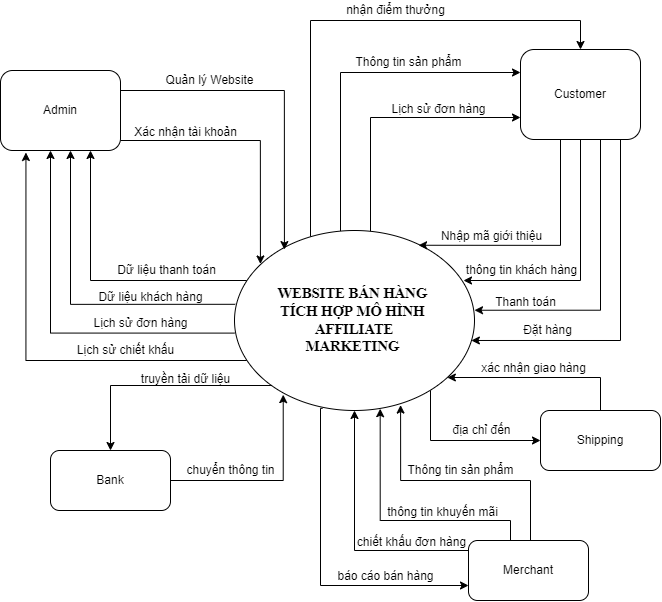
leanhtuan9497/DoAnTotNghiep keeps this draw.io diagram as SystemContent.png. Above is the earlier version. Source tidied: cells renumbered, new cells last; positions are measured from the earlier drawing's top-left corner, leaving out a move shared by most shapes.
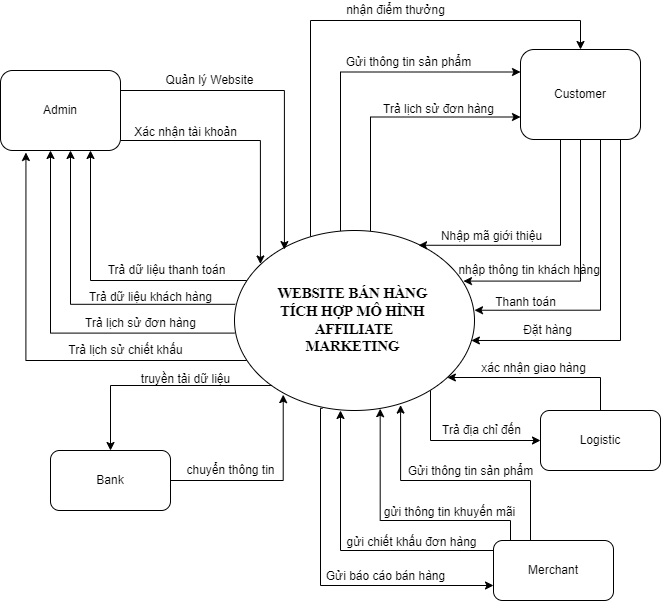
Above is the later version.

The edit, as a diff of the source:
```diff
@@ -121,7 +121,7 @@
         </Array>
       </mxGeometry>
     </mxCell>
-    <mxCell id="19" value="Shipping" style="rounded=1;whiteSpace=wrap;html=1;" parent="1" vertex="1">
+    <mxCell id="19" value="Logistic" style="rounded=1;whiteSpace=wrap;html=1;" parent="1" vertex="1">
       <mxGeometry x="540" y="410" width="120" height="60" as="geometry" />
     </mxCell>
     <mxCell id="20" style="edgeStyle=orthogonalEdgeStyle;rounded=0;jettySize=auto;html=1;entryX=0.692;entryY=0.97;entryDx=0;entryDy=0;entryPerimeter=0;" parent="1" edge="1" source="23" target="12">
@@ -140,15 +140,17 @@
         </Array>
       </mxGeometry>
     </mxCell>
-    <mxCell id="22" style="edgeStyle=orthogonalEdgeStyle;rounded=0;jettySize=auto;html=1;entryX=0.5;entryY=1;entryDx=0;entryDy=0;" parent="1" edge="1" source="23" target="12">
+    <mxCell id="22" style="edgeStyle=orthogonalEdgeStyle;rounded=0;jettySize=auto;html=1;" parent="1" edge="1" source="23">
       <mxGeometry relative="1" as="geometry">
+        <mxPoint x="340" y="410" as="targetPoint" />
         <Array as="points">
-          <mxPoint x="354" y="550" />
+          <mxPoint x="340" y="550" />
+          <mxPoint x="340" y="410" />
         </Array>
       </mxGeometry>
     </mxCell>
     <mxCell id="23" value="Merchant" style="rounded=1;whiteSpace=wrap;html=1;" parent="1" vertex="1">
-      <mxGeometry x="468" y="540" width="120" height="60" as="geometry" />
+      <mxGeometry x="493" y="540" width="120" height="60" as="geometry" />
     </mxCell>
     <mxCell id="24" style="edgeStyle=orthogonalEdgeStyle;rounded=0;jettySize=auto;html=1;entryX=0.203;entryY=0.912;entryDx=0;entryDy=0;entryPerimeter=0;" parent="1" edge="1" source="25" target="12">
       <mxGeometry relative="1" as="geometry" />
@@ -176,14 +178,14 @@
     <mxCell id="29" value="Quản lý Website" style="text;html=1;align=center;verticalAlign=middle;strokeColor=none;fillColor=none;" parent="1" vertex="1">
       <mxGeometry x="159" y="70" width="100" height="20" as="geometry" />
     </mxCell>
-    <mxCell id="30" value="Dữ liệu thanh toán" style="text;html=1;align=center;verticalAlign=middle;strokeColor=none;fillColor=none;" parent="1" vertex="1">
-      <mxGeometry x="111" y="260" width="110" height="20" as="geometry" />
+    <mxCell id="30" value="Trả dữ liệu thanh toán" style="text;html=1;align=center;verticalAlign=middle;strokeColor=none;fillColor=none;" parent="1" vertex="1">
+      <mxGeometry x="101" y="260" width="130" height="20" as="geometry" />
     </mxCell>
-    <mxCell id="31" value="Dữ liệu khách hàng" style="text;html=1;align=center;verticalAlign=middle;strokeColor=none;fillColor=none;" parent="1" vertex="1">
-      <mxGeometry x="90" y="287" width="120" height="20" as="geometry" />
+    <mxCell id="31" value="Trả dữ liệu khách hàng" style="text;html=1;align=center;verticalAlign=middle;strokeColor=none;fillColor=none;" parent="1" vertex="1">
+      <mxGeometry x="80" y="287" width="140" height="20" as="geometry" />
     </mxCell>
-    <mxCell id="32" value="Lịch sử đơn hàng" style="text;html=1;align=center;verticalAlign=middle;strokeColor=none;fillColor=none;" parent="1" vertex="1">
-      <mxGeometry x="85" y="313" width="110" height="20" as="geometry" />
+    <mxCell id="32" value="Trả lịch sử đơn hàng" style="text;html=1;align=center;verticalAlign=middle;strokeColor=none;fillColor=none;" parent="1" vertex="1">
+      <mxGeometry x="75" y="313" width="130" height="20" as="geometry" />
     </mxCell>
     <mxCell id="33" value="truyền tải dữ liệu" style="text;html=1;align=center;verticalAlign=middle;strokeColor=none;fillColor=none;" parent="1" vertex="1">
       <mxGeometry x="130" y="369" width="110" height="20" as="geometry" />
@@ -191,17 +193,17 @@
     <mxCell id="34" value="chuyển thông tin" style="text;html=1;align=center;verticalAlign=middle;strokeColor=none;fillColor=none;" parent="1" vertex="1">
       <mxGeometry x="180" y="460" width="100" height="20" as="geometry" />
     </mxCell>
-    <mxCell id="35" value="thông tin khuyến mãi" style="text;html=1;align=center;verticalAlign=middle;strokeColor=none;fillColor=none;" parent="1" vertex="1">
-      <mxGeometry x="377" y="502" width="130" height="20" as="geometry" />
+    <mxCell id="35" value="gửi thông tin khuyến mãi" style="text;html=1;align=center;verticalAlign=middle;strokeColor=none;fillColor=none;" parent="1" vertex="1">
+      <mxGeometry x="374" y="502" width="150" height="20" as="geometry" />
     </mxCell>
-    <mxCell id="36" value="báo cáo bán hàng" style="text;html=1;align=center;verticalAlign=middle;strokeColor=none;fillColor=none;" parent="1" vertex="1">
-      <mxGeometry x="330" y="566" width="110" height="20" as="geometry" />
+    <mxCell id="36" value="Gửi báo cáo bán hàng" style="text;html=1;align=center;verticalAlign=middle;strokeColor=none;fillColor=none;" parent="1" vertex="1">
+      <mxGeometry x="320" y="566" width="130" height="20" as="geometry" />
     </mxCell>
-    <mxCell id="37" value="Thông tin sản phẩm" style="text;html=1;align=center;verticalAlign=middle;strokeColor=none;fillColor=none;" parent="1" vertex="1">
-      <mxGeometry x="400" y="460" width="120" height="20" as="geometry" />
+    <mxCell id="37" value="Gửi thông tin sản phẩm" style="text;html=1;align=center;verticalAlign=middle;strokeColor=none;fillColor=none;" parent="1" vertex="1">
+      <mxGeometry x="400" y="461" width="140" height="20" as="geometry" />
     </mxCell>
-    <mxCell id="38" value="địa chỉ đến" style="text;html=1;align=center;verticalAlign=middle;strokeColor=none;fillColor=none;" parent="1" vertex="1">
-      <mxGeometry x="446" y="420" width="70" height="20" as="geometry" />
+    <mxCell id="38" value="Trả địa chỉ đến" style="text;html=1;align=center;verticalAlign=middle;strokeColor=none;fillColor=none;" parent="1" vertex="1">
+      <mxGeometry x="436" y="420" width="90" height="20" as="geometry" />
     </mxCell>
     <mxCell id="39" value="xác nhận giao hàng" style="text;html=1;align=center;verticalAlign=middle;strokeColor=none;fillColor=none;" parent="1" vertex="1">
       <mxGeometry x="473" y="358" width="120" height="20" as="geometry" />
@@ -212,14 +214,14 @@
     <mxCell id="41" value="Thanh toán" style="text;html=1;align=center;verticalAlign=middle;strokeColor=none;fillColor=none;" parent="1" vertex="1">
       <mxGeometry x="485" y="292" width="80" height="20" as="geometry" />
     </mxCell>
-    <mxCell id="42" value="thông tin khách hàng" style="text;html=1;align=center;verticalAlign=middle;strokeColor=none;fillColor=none;" parent="1" vertex="1">
-      <mxGeometry x="456" y="260" width="130" height="20" as="geometry" />
+    <mxCell id="42" value="&amp;nbsp;nhập thông tin khách hàng" style="text;html=1;align=center;verticalAlign=middle;strokeColor=none;fillColor=none;" parent="1" vertex="1">
+      <mxGeometry x="447" y="260" width="160" height="20" as="geometry" />
     </mxCell>
-    <mxCell id="43" value="Lịch sử đơn hàng" style="text;html=1;align=center;verticalAlign=middle;strokeColor=none;fillColor=none;" parent="1" vertex="1">
-      <mxGeometry x="383" y="99" width="110" height="20" as="geometry" />
+    <mxCell id="43" value="Trả lịch sử đơn hàng" style="text;html=1;align=center;verticalAlign=middle;strokeColor=none;fillColor=none;" parent="1" vertex="1">
+      <mxGeometry x="373" y="99" width="130" height="20" as="geometry" />
     </mxCell>
-    <mxCell id="44" value="Thông tin sản phẩm" style="text;html=1;align=center;verticalAlign=middle;strokeColor=none;fillColor=none;" parent="1" vertex="1">
-      <mxGeometry x="348" y="52" width="120" height="20" as="geometry" />
+    <mxCell id="44" value="Gửi thông tin sản phẩm" style="text;html=1;align=center;verticalAlign=middle;strokeColor=none;fillColor=none;" parent="1" vertex="1">
+      <mxGeometry x="338" y="52" width="140" height="20" as="geometry" />
     </mxCell>
     <mxCell id="45" value="nhận điểm thưởng" style="text;html=1;align=center;verticalAlign=middle;strokeColor=none;fillColor=none;" parent="1" vertex="1">
       <mxGeometry x="340" width="110" height="20" as="geometry" />
@@ -230,11 +232,11 @@
     <mxCell id="47" value="Xác nhận tài khoản" style="text;html=1;align=center;verticalAlign=middle;strokeColor=none;fillColor=none;" parent="1" vertex="1">
       <mxGeometry x="125" y="122" width="120" height="20" as="geometry" />
     </mxCell>
-    <mxCell id="48" value="chiết khấu đơn hàng" style="text;html=1;align=center;verticalAlign=middle;strokeColor=none;fillColor=none;" parent="1" vertex="1">
-      <mxGeometry x="351" y="532" width="120" height="20" as="geometry" />
+    <mxCell id="48" value="gửi chiết khấu đơn hàng" style="text;html=1;align=center;verticalAlign=middle;strokeColor=none;fillColor=none;" parent="1" vertex="1">
+      <mxGeometry x="336" y="532" width="150" height="20" as="geometry" />
     </mxCell>
-    <mxCell id="49" value="Lịch sử chiết khấu" style="text;html=1;align=center;verticalAlign=middle;strokeColor=none;fillColor=none;" parent="1" vertex="1">
-      <mxGeometry x="70" y="340" width="110" height="20" as="geometry" />
+    <mxCell id="49" value="Trả lịch sử chiết khấu" style="text;html=1;align=center;verticalAlign=middle;strokeColor=none;fillColor=none;" parent="1" vertex="1">
+      <mxGeometry x="60" y="340" width="130" height="20" as="geometry" />
     </mxCell>
   </root>
 </mxGraphModel>
```
